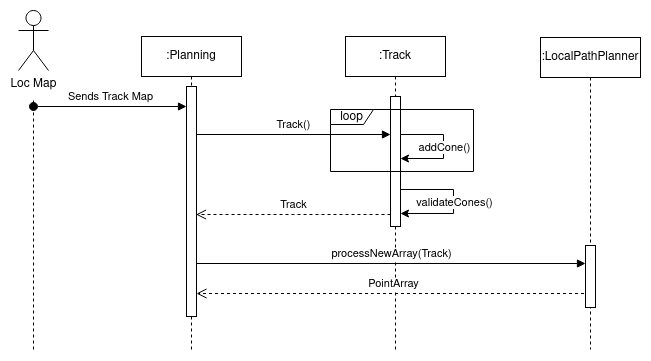
This is docs/assets/Planning/SequenceDiagram.png from fs-feup/autonomous-systems, a draw.io export, as it was before one commit. Source tidied: cells renumbered, new cells last; positions are measured from the earlier drawing's top-left corner, leaving out a move shared by most shapes.
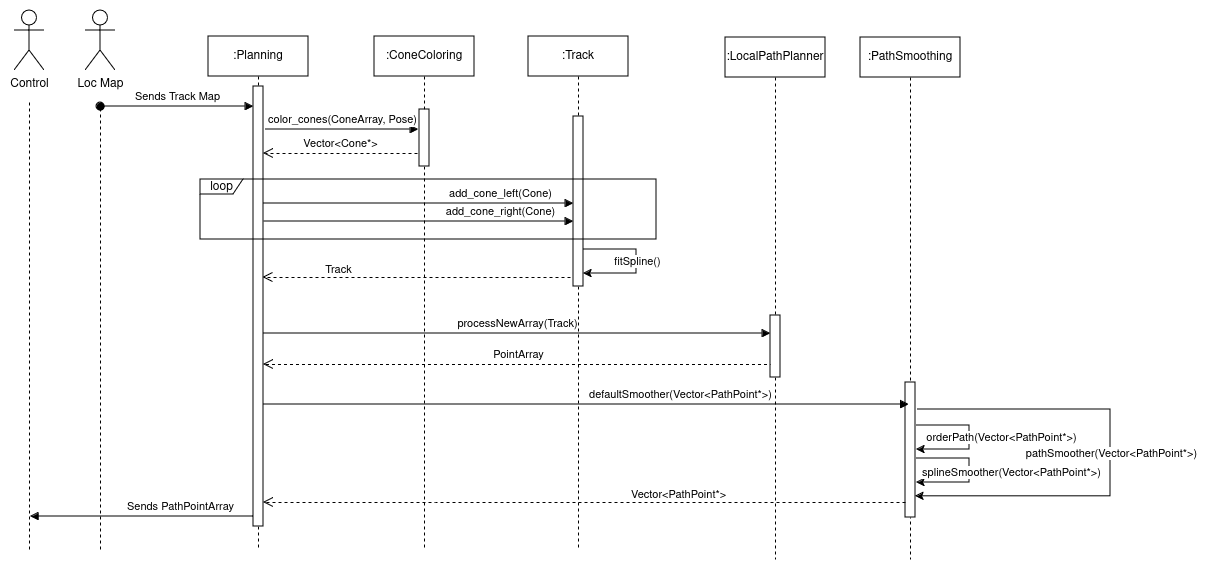
After the change.

Change to the diagram source:
```diff
@@ -2,11 +2,21 @@
   <root>
     <mxCell id="0" />
     <mxCell id="1" parent="0" />
+    <mxCell id="21" value="add_cone_right(Cone)" style="html=1;verticalAlign=bottom;endArrow=block;edgeStyle=elbowEdgeStyle;elbow=horizontal;curved=0;rounded=0;jumpSize=6;startSize=6;" parent="1" edge="1">
+      <mxGeometry x="0.53" relative="1" as="geometry">
+        <mxPoint x="178" y="211" as="sourcePoint" />
+        <mxPoint x="488" y="211" as="targetPoint" />
+        <Array as="points">
+          <mxPoint x="385" y="211" />
+          <mxPoint x="263" y="342" />
+        </Array>
+      </mxGeometry>
+    </mxCell>
     <mxCell id="2" value=":Planning" style="shape=umlLifeline;perimeter=lifelinePerimeter;whiteSpace=wrap;html=1;newEdgeStyle={&quot;edgeStyle&quot;:&quot;elbowEdgeStyle&quot;,&quot;elbow&quot;:&quot;vertical&quot;,&quot;curved&quot;:0,&quot;rounded&quot;:0};" parent="1" vertex="1">
-      <mxGeometry x="123" y="26" width="100" height="313" as="geometry" />
+      <mxGeometry x="123" y="26" width="100" height="513" as="geometry" />
     </mxCell>
     <mxCell id="3" style="html=1;points=[];perimeter=orthogonalPerimeter;outlineConnect=0;targetShapes=umlLifeline;portConstraint=eastwest;newEdgeStyle={&quot;edgeStyle&quot;:&quot;elbowEdgeStyle&quot;,&quot;elbow&quot;:&quot;vertical&quot;,&quot;curved&quot;:0,&quot;rounded&quot;:0};" parent="2" vertex="1">
-      <mxGeometry x="45" y="50" width="10" height="230" as="geometry" />
+      <mxGeometry x="45" y="50" width="10" height="440" as="geometry" />
     </mxCell>
     <mxCell id="4" value="Sends Track Map" style="html=1;verticalAlign=bottom;startArrow=oval;endArrow=block;startSize=8;edgeStyle=elbowEdgeStyle;elbow=vertical;curved=0;rounded=0;" parent="2" edge="1" target="3">
       <mxGeometry relative="1" as="geometry">
@@ -14,58 +24,44 @@
       </mxGeometry>
     </mxCell>
     <mxCell id="5" value=":Track" style="shape=umlLifeline;perimeter=lifelinePerimeter;whiteSpace=wrap;html=1;newEdgeStyle={&quot;edgeStyle&quot;:&quot;elbowEdgeStyle&quot;,&quot;elbow&quot;:&quot;vertical&quot;,&quot;curved&quot;:0,&quot;rounded&quot;:0};" parent="1" vertex="1">
-      <mxGeometry x="327" y="26" width="100" height="313" as="geometry" />
+      <mxGeometry x="443" y="26" width="100" height="513" as="geometry" />
     </mxCell>
     <mxCell id="6" style="html=1;points=[];perimeter=orthogonalPerimeter;outlineConnect=0;targetShapes=umlLifeline;portConstraint=eastwest;newEdgeStyle={&quot;edgeStyle&quot;:&quot;elbowEdgeStyle&quot;,&quot;elbow&quot;:&quot;vertical&quot;,&quot;curved&quot;:0,&quot;rounded&quot;:0};" parent="5" vertex="1">
-      <mxGeometry x="45" y="60" width="10" height="130" as="geometry" />
+      <mxGeometry x="45" y="80" width="10" height="170" as="geometry" />
     </mxCell>
-    <mxCell id="7" style="edgeStyle=elbowEdgeStyle;rounded=0;orthogonalLoop=1;jettySize=auto;html=1;" parent="5" edge="1">
-      <mxGeometry relative="1" as="geometry">
-        <mxPoint x="55" y="98" as="sourcePoint" />
-        <mxPoint x="55" y="122" as="targetPoint" />
-        <Array as="points">
-          <mxPoint x="98" y="113" />
-        </Array>
-      </mxGeometry>
-    </mxCell>
-    <mxCell id="8" value="addCone()" style="edgeLabel;html=1;align=center;verticalAlign=middle;" parent="7" vertex="1">
-      <mxGeometry y="2" relative="1" as="geometry">
-        <mxPoint x="-2" as="offset" />
-      </mxGeometry>
-    </mxCell>
-    <mxCell id="9" value="Track()" style="html=1;verticalAlign=bottom;endArrow=block;edgeStyle=elbowEdgeStyle;elbow=horizontal;curved=0;rounded=0;jumpSize=6;startSize=6;" parent="1" edge="1">
-      <mxGeometry relative="1" as="geometry">
-        <mxPoint x="178" y="124" as="sourcePoint" />
-        <mxPoint x="372" y="124" as="targetPoint" />
+    <mxCell id="9" value="add_cone_left(Cone)" style="html=1;verticalAlign=bottom;endArrow=block;edgeStyle=elbowEdgeStyle;elbow=horizontal;curved=0;rounded=0;jumpSize=6;startSize=6;" parent="1" edge="1" target="6">
+      <mxGeometry x="0.53" relative="1" as="geometry">
+        <mxPoint x="178" y="193" as="sourcePoint" />
         <Array as="points">
-          <mxPoint x="263" y="124" />
+          <mxPoint x="385" y="193" />
+          <mxPoint x="263" y="324" />
         </Array>
       </mxGeometry>
     </mxCell>
     <mxCell id="10" value="PointArray" style="html=1;verticalAlign=bottom;endArrow=open;dashed=1;endSize=8;edgeStyle=elbowEdgeStyle;elbow=vertical;curved=0;rounded=0;" parent="1" edge="1">
       <mxGeometry relative="1" as="geometry">
-        <mxPoint x="571.5" y="283" as="sourcePoint" />
-        <mxPoint x="178" y="283" as="targetPoint" />
+        <mxPoint x="687.5" y="354" as="sourcePoint" />
+        <mxPoint x="178" y="354" as="targetPoint" />
         <Array as="points">
-          <mxPoint x="355" y="283" />
+          <mxPoint x="355" y="354" />
         </Array>
       </mxGeometry>
     </mxCell>
     <mxCell id="11" value="Track" style="html=1;verticalAlign=bottom;endArrow=open;dashed=1;endSize=8;edgeStyle=elbowEdgeStyle;elbow=vertical;curved=0;rounded=0;" parent="1" edge="1">
-      <mxGeometry relative="1" as="geometry">
-        <mxPoint x="372" y="204" as="sourcePoint" />
-        <mxPoint x="177.5" y="204" as="targetPoint" />
+      <mxGeometry x="0.51" y="2" relative="1" as="geometry">
+        <mxPoint x="485" y="267" as="sourcePoint" />
+        <mxPoint x="177.5" y="267" as="targetPoint" />
       </mxGeometry>
     </mxCell>
     <mxCell id="12" value=":LocalPathPlanner" style="shape=umlLifeline;perimeter=lifelinePerimeter;whiteSpace=wrap;html=1;newEdgeStyle={&quot;edgeStyle&quot;:&quot;elbowEdgeStyle&quot;,&quot;elbow&quot;:&quot;vertical&quot;,&quot;curved&quot;:0,&quot;rounded&quot;:0};" parent="1" vertex="1">
-      <mxGeometry x="522" y="27" width="100" height="312" as="geometry" />
+      <mxGeometry x="640" y="27" width="100" height="522" as="geometry" />
     </mxCell>
     <mxCell id="13" style="html=1;points=[];perimeter=orthogonalPerimeter;outlineConnect=0;targetShapes=umlLifeline;portConstraint=eastwest;newEdgeStyle={&quot;edgeStyle&quot;:&quot;elbowEdgeStyle&quot;,&quot;elbow&quot;:&quot;vertical&quot;,&quot;curved&quot;:0,&quot;rounded&quot;:0};" parent="12" vertex="1">
-      <mxGeometry x="45" y="208" width="10" height="62" as="geometry" />
+      <mxGeometry x="45" y="278" width="10" height="62" as="geometry" />
     </mxCell>
     <mxCell id="14" value="processNewArray(Track)" style="html=1;verticalAlign=bottom;endArrow=block;edgeStyle=elbowEdgeStyle;elbow=vertical;curved=0;rounded=0;" parent="1" edge="1" target="13">
       <mxGeometry relative="1" as="geometry">
-        <mxPoint x="178" y="253" as="sourcePoint" />
+        <mxPoint x="178" y="323" as="sourcePoint" />
       </mxGeometry>
     </mxCell>
     <mxCell id="15" value="Loc Map" style="shape=umlActor;verticalLabelPosition=bottom;verticalAlign=top;html=1;" parent="1" vertex="1">
@@ -73,29 +69,123 @@
     </mxCell>
     <mxCell id="16" style="endArrow=none;dashed=1;html=1;rounded=0;" parent="1" edge="1">
       <mxGeometry relative="1" as="geometry">
-        <mxPoint x="15" y="339" as="sourcePoint" />
+        <mxPoint x="15" y="539" as="sourcePoint" />
         <mxPoint x="15" y="89" as="targetPoint" />
       </mxGeometry>
     </mxCell>
     <mxCell id="17" value="loop" style="shape=umlFrame;whiteSpace=wrap;html=1;width=43;height=15;" parent="1" vertex="1">
-      <mxGeometry x="312" y="99" width="143" height="62" as="geometry" />
+      <mxGeometry x="115" y="169" width="456" height="60" as="geometry" />
     </mxCell>
     <mxCell id="18" value="&amp;nbsp;" style="text;whiteSpace=wrap;html=1;" parent="1" vertex="1">
-      <mxGeometry x="415" y="253" width="40" height="40" as="geometry" />
+      <mxGeometry x="531" y="323" width="40" height="40" as="geometry" />
     </mxCell>
     <mxCell id="19" style="edgeStyle=elbowEdgeStyle;rounded=0;orthogonalLoop=1;jettySize=auto;html=1;" parent="1" edge="1">
       <mxGeometry relative="1" as="geometry">
-        <mxPoint x="382" y="179" as="sourcePoint" />
-        <mxPoint x="382" y="203" as="targetPoint" />
+        <mxPoint x="498" y="239" as="sourcePoint" />
+        <mxPoint x="498" y="263" as="targetPoint" />
         <Array as="points">
-          <mxPoint x="435" y="189" />
+          <mxPoint x="551" y="249" />
         </Array>
       </mxGeometry>
     </mxCell>
-    <mxCell id="20" value="validateCones()" style="edgeLabel;html=1;align=center;verticalAlign=middle;" parent="19" vertex="1">
+    <mxCell id="20" value="fitSpline()" style="edgeLabel;html=1;align=center;verticalAlign=middle;" parent="19" vertex="1">
       <mxGeometry y="2" relative="1" as="geometry">
-        <mxPoint x="-2" as="offset" />
+        <mxPoint x="-2" y="-1" as="offset" />
       </mxGeometry>
     </mxCell>
+    <mxCell id="22" value=":ConeColoring" style="shape=umlLifeline;perimeter=lifelinePerimeter;whiteSpace=wrap;html=1;newEdgeStyle={&quot;edgeStyle&quot;:&quot;elbowEdgeStyle&quot;,&quot;elbow&quot;:&quot;vertical&quot;,&quot;curved&quot;:0,&quot;rounded&quot;:0};" parent="1" vertex="1">
+      <mxGeometry x="289" y="26" width="100" height="513" as="geometry" />
+    </mxCell>
+    <mxCell id="23" style="html=1;perimeter=orthogonalPerimeter;targetShapes=umlLifeline;newEdgeStyle={&quot;edgeStyle&quot;:&quot;elbowEdgeStyle&quot;,&quot;elbow&quot;:&quot;vertical&quot;,&quot;curved&quot;:0,&quot;rounded&quot;:0};" parent="22" vertex="1">
+      <mxGeometry x="45" y="73" width="10" height="57" as="geometry" />
+    </mxCell>
+    <mxCell id="24" value="color_cones(ConeArray, Pose)" style="html=1;verticalAlign=bottom;endArrow=block;edgeStyle=elbowEdgeStyle;elbow=vertical;curved=0;rounded=0;" parent="1" edge="1">
+      <mxGeometry relative="1" as="geometry">
+        <mxPoint x="180" y="119" as="sourcePoint" />
+        <mxPoint x="333" y="119" as="targetPoint" />
+      </mxGeometry>
+    </mxCell>
+    <mxCell id="25" value="Vector&amp;lt;Cone*&amp;gt;" style="html=1;verticalAlign=bottom;endArrow=open;dashed=1;endSize=8;edgeStyle=elbowEdgeStyle;elbow=vertical;curved=0;rounded=0;" parent="1" edge="1" target="3">
+      <mxGeometry relative="1" as="geometry">
+        <mxPoint x="332" y="143" as="sourcePoint" />
+      </mxGeometry>
+    </mxCell>
+    <mxCell id="26" value=":PathSmoothing" style="shape=umlLifeline;perimeter=lifelinePerimeter;whiteSpace=wrap;html=1;outlineConnect=0;portConstraint=eastwest;newEdgeStyle={&quot;edgeStyle&quot;:&quot;elbowEdgeStyle&quot;,&quot;elbow&quot;:&quot;vertical&quot;,&quot;curved&quot;:0,&quot;rounded&quot;:0};" parent="1" vertex="1">
+      <mxGeometry x="775" y="27" width="100" height="522" as="geometry" />
+    </mxCell>
+    <mxCell id="27" style="html=1;perimeter=orthogonalPerimeter;targetShapes=umlLifeline;newEdgeStyle={&quot;edgeStyle&quot;:&quot;elbowEdgeStyle&quot;,&quot;elbow&quot;:&quot;vertical&quot;,&quot;curved&quot;:0,&quot;rounded&quot;:0};" parent="26" vertex="1">
+      <mxGeometry x="45" y="345" width="10" height="135" as="geometry" />
+    </mxCell>
+    <mxCell id="28" value="defaultSmoother(Vector&amp;lt;PathPoint*&amp;gt;)" style="html=1;verticalAlign=bottom;endArrow=block;edgeStyle=elbowEdgeStyle;elbow=vertical;curved=0;rounded=0;" parent="1" edge="1">
+      <mxGeometry x="0.29" relative="1" as="geometry">
+        <mxPoint x="178" y="394" as="sourcePoint" />
+        <mxPoint x="823.5" y="394" as="targetPoint" />
+      </mxGeometry>
+    </mxCell>
+    <mxCell id="29" style="edgeStyle=elbowEdgeStyle;rounded=0;orthogonalLoop=1;jettySize=auto;html=1;" parent="1" edge="1">
+      <mxGeometry relative="1" as="geometry">
+        <mxPoint x="831" y="415" as="sourcePoint" />
+        <mxPoint x="831" y="439" as="targetPoint" />
+        <Array as="points">
+          <mxPoint x="884" y="425" />
+        </Array>
+      </mxGeometry>
+    </mxCell>
+    <mxCell id="30" value="orderPath(Vector&amp;lt;PathPoint*&amp;gt;)" style="edgeLabel;html=1;align=center;verticalAlign=middle;" parent="29" vertex="1">
+      <mxGeometry y="2" relative="1" as="geometry">
+        <mxPoint x="29" y="-1" as="offset" />
+      </mxGeometry>
+    </mxCell>
+    <mxCell id="31" style="edgeStyle=elbowEdgeStyle;rounded=0;orthogonalLoop=1;jettySize=auto;html=1;" parent="1" edge="1">
+      <mxGeometry relative="1" as="geometry">
+        <mxPoint x="831" y="448" as="sourcePoint" />
+        <mxPoint x="831" y="472" as="targetPoint" />
+        <Array as="points">
+          <mxPoint x="884" y="458" />
+        </Array>
+      </mxGeometry>
+    </mxCell>
+    <mxCell id="32" value="splineSmoother(Vector&amp;lt;PathPoint*&amp;gt;)" style="edgeLabel;html=1;align=center;verticalAlign=middle;" parent="31" vertex="1">
+      <mxGeometry y="2" relative="1" as="geometry">
+        <mxPoint x="39" y="1" as="offset" />
+      </mxGeometry>
+    </mxCell>
+    <mxCell id="33" style="edgeStyle=elbowEdgeStyle;rounded=0;jettySize=auto;html=1;entryX=0.55;entryY=0.879;entryDx=0;entryDy=0;entryPerimeter=0;" parent="1" edge="1" target="26">
+      <mxGeometry relative="1" as="geometry">
+        <mxPoint x="832" y="399" as="sourcePoint" />
+        <Array as="points">
+          <mxPoint x="1025" y="439" />
+        </Array>
+      </mxGeometry>
+    </mxCell>
+    <mxCell id="34" value="pathSmoother(Vector&amp;lt;PathPoint*&amp;gt;)" style="edgeLabel;html=1;align=center;verticalAlign=middle;" parent="33" vertex="1">
+      <mxGeometry y="2" relative="1" as="geometry">
+        <mxPoint x="-2" y="-1" as="offset" />
+      </mxGeometry>
+    </mxCell>
+    <mxCell id="35" value="Vector&amp;lt;PathPoint*&amp;gt;" style="html=1;verticalAlign=bottom;endArrow=open;dashed=1;endSize=8;edgeStyle=elbowEdgeStyle;elbow=vertical;curved=0;rounded=0;" parent="1" edge="1" target="3">
+      <mxGeometry x="-0.29" y="2" relative="1" as="geometry">
+        <mxPoint x="820" y="492" as="sourcePoint" />
+        <Array as="points">
+          <mxPoint x="350" y="492" />
+        </Array>
+        <mxPoint x="1" as="offset" />
+      </mxGeometry>
+    </mxCell>
+    <mxCell id="36" value="Control" style="shape=umlActor;verticalLabelPosition=bottom;verticalAlign=top;html=1;" parent="1" vertex="1">
+      <mxGeometry x="-71" width="30" height="60" as="geometry" />
+    </mxCell>
+    <mxCell id="37" style="endArrow=none;dashed=1;html=1;rounded=0;" parent="1" edge="1">
+      <mxGeometry relative="1" as="geometry">
+        <mxPoint x="-56" y="539" as="sourcePoint" />
+        <mxPoint x="-56" y="89" as="targetPoint" />
+      </mxGeometry>
+    </mxCell>
+    <mxCell id="38" value="Sends PathPointArray" style="html=1;verticalAlign=bottom;startArrow=none;endArrow=block;startSize=8;edgeStyle=elbowEdgeStyle;elbow=vertical;curved=0;rounded=0;startFill=0;" parent="1" edge="1">
+      <mxGeometry x="-0.35" relative="1" as="geometry">
+        <mxPoint x="168" y="506" as="sourcePoint" />
+        <mxPoint x="-55" y="506" as="targetPoint" />
+      </mxGeometry>
+    </mxCell>
   </root>
 </mxGraphModel>
```
